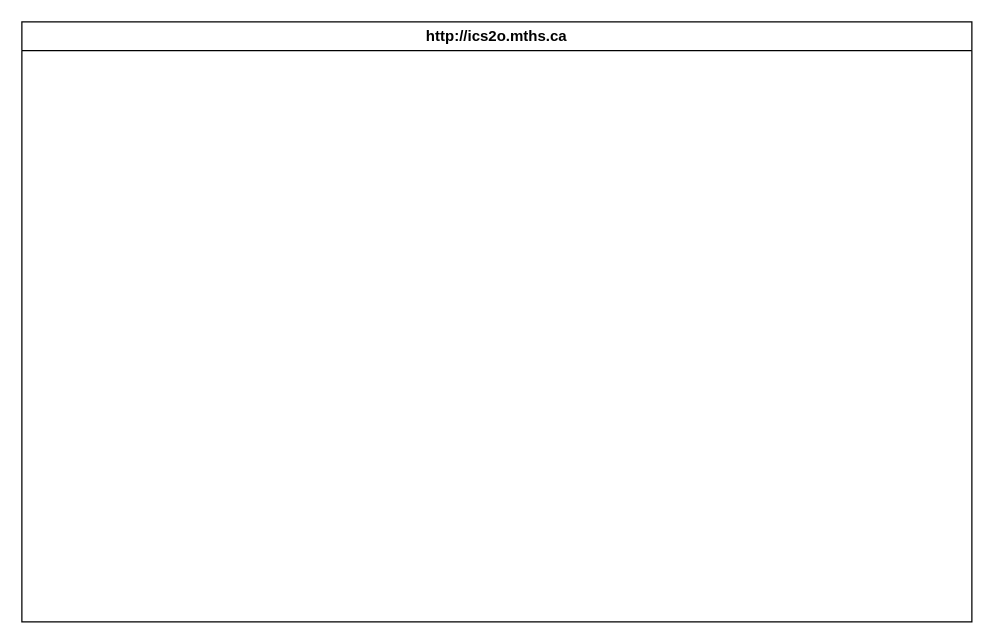
Earlier version of the draw.io diagram design/storyboard.drawio (MTHS-ICD2O-1-2023/ICD2O-Unit-5-04-kai-nguyen-4). Source tidied: cells renumbered, new cells numbered last; positions are measured from the earlier drawing's top-left corner, leaving out a move shared by most shapes. Both pictures are drawn from the tidied source at 125%, with x=0, y=0 at pixel (21, 21).
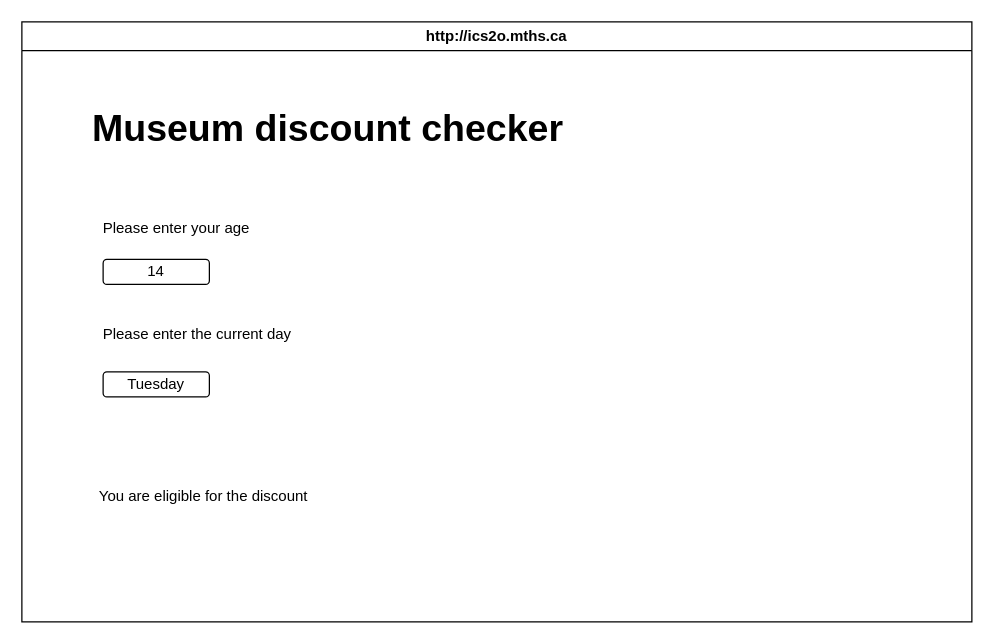
Above is the later version.

Change to the diagram source:
```diff
@@
 <mxGraphModel>
   <root>
     <mxCell id="0" />
     <mxCell id="1" parent="0" />
     <mxCell id="2" value="http://ics2o.mths.ca" style="swimlane;whiteSpace=wrap;html=1;" parent="1" vertex="1">
       <mxGeometry width="760" height="480" as="geometry" />
     </mxCell>
+    <mxCell id="3" value="&lt;font style=&quot;font-size: 30px;&quot;&gt;Museum discount checker&lt;/font&gt;" style="text;html=1;strokeColor=none;fillColor=none;align=center;verticalAlign=middle;whiteSpace=wrap;rounded=0;fontStyle=1;" parent="2" vertex="1">
+      <mxGeometry x="40" y="70" width="410" height="30" as="geometry" />
+    </mxCell>
+    <mxCell id="4" value="Please enter your age&amp;nbsp;" style="text;html=1;align=center;verticalAlign=middle;strokeColor=none;fillColor=none;fontSize=12;" parent="2" vertex="1">
+      <mxGeometry x="50" y="150" width="150" height="30" as="geometry" />
+    </mxCell>
+    <mxCell id="5" value="14" style="rounded=1;whiteSpace=wrap;html=1;fontSize=12;" parent="2" vertex="1">
+      <mxGeometry x="65" y="190" width="85" height="20" as="geometry" />
+    </mxCell>
+    <mxCell id="6" value="Please enter the current day" style="text;html=1;align=center;verticalAlign=middle;strokeColor=none;fillColor=none;fontSize=12;" parent="2" vertex="1">
+      <mxGeometry x="50" y="235" width="180" height="30" as="geometry" />
+    </mxCell>
+    <mxCell id="7" value="Tuesday" style="rounded=1;whiteSpace=wrap;html=1;fontSize=12;" parent="2" vertex="1">
+      <mxGeometry x="65" y="280" width="85" height="20" as="geometry" />
+    </mxCell>
+    <mxCell id="8" value="You are eligible for the discount" style="text;html=1;align=center;verticalAlign=middle;strokeColor=none;fillColor=none;fontSize=12;" parent="2" vertex="1">
+      <mxGeometry x="50" y="365" width="190" height="30" as="geometry" />
+    </mxCell>
   </root>
 </mxGraphModel>
```
